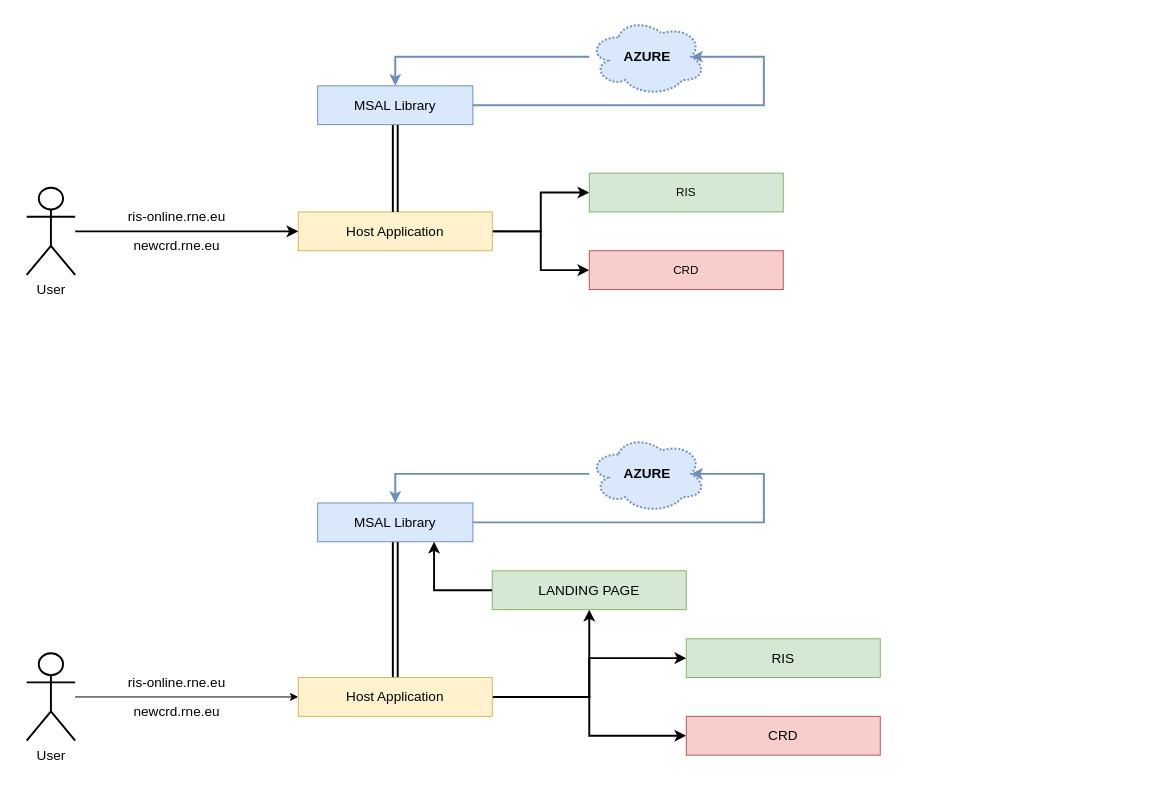
This is azure-flow.drawio from mathudak/diagrams, a draw.io file, before an edit. Source tidied: cells renumbered, new cells numbered last; positions are measured from the earlier drawing's top-left corner, leaving out a move shared by most shapes. Both pictures are drawn from the tidied source at 97%, with x=0, y=0 at pixel (26, 17).
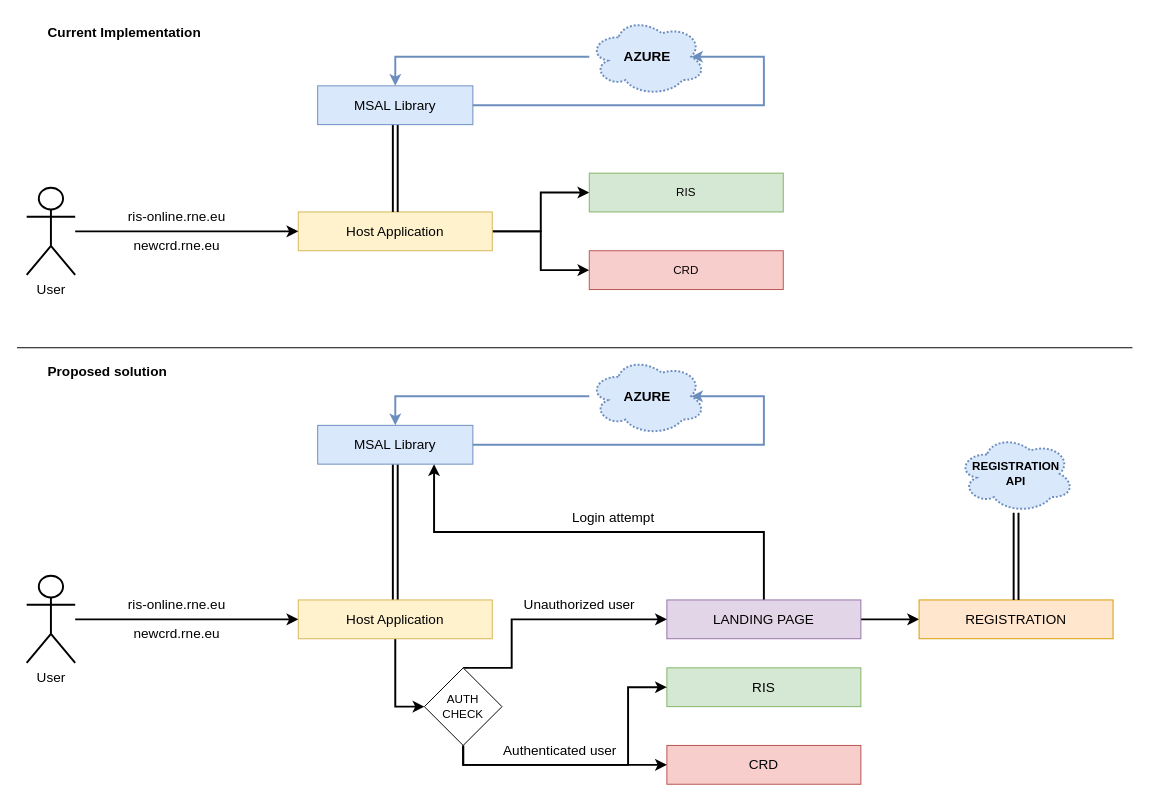
The same page after the edit.

Change to the diagram source:
```diff
@@
-    <mxCell id="17" style="edgeStyle=orthogonalEdgeStyle;rounded=0;jettySize=auto;html=1;entryX=0.5;entryY=1;entryDx=0;entryDy=0;strokeWidth=2;" parent="1" edge="1" source="20" target="32">
-      <mxGeometry relative="1" as="geometry">
-        <Array as="points">
-          <mxPoint x="580" y="700" />
-        </Array>
-      </mxGeometry>
-    </mxCell>
-    <mxCell id="18" style="edgeStyle=orthogonalEdgeStyle;rounded=0;jettySize=auto;html=1;entryX=0;entryY=0.5;entryDx=0;entryDy=0;strokeWidth=2;" parent="1" edge="1" source="20" target="26">
-      <mxGeometry relative="1" as="geometry" />
-    </mxCell>
-    <mxCell id="19" style="edgeStyle=orthogonalEdgeStyle;rounded=0;jettySize=auto;html=1;entryX=0;entryY=0.5;entryDx=0;entryDy=0;strokeWidth=2;" parent="1" edge="1" source="20" target="27">
-      <mxGeometry relative="1" as="geometry" />
-    </mxCell>
+    <mxCell id="33" style="edgeStyle=orthogonalEdgeStyle;rounded=0;jettySize=auto;html=1;entryX=0;entryY=0.5;entryDx=0;entryDy=0;strokeWidth=2;" parent="1" edge="1" source="20" target="38">
+      <mxGeometry relative="1" as="geometry" />
+    </mxCell>
     <mxCell id="20" value="&lt;font style=&quot;font-size: 14px;&quot;&gt;Host Application&lt;/font&gt;" style="rounded=0;whiteSpace=wrap;html=1;fillColor=#fff2cc;strokeColor=#d6b656;" parent="1" vertex="1">
-      <mxGeometry x="280" y="680" width="200" height="40" as="geometry" />
+      <mxGeometry x="280" y="600" width="200" height="40" as="geometry" />
     </mxCell>
     <mxCell id="21" value="&lt;font style=&quot;font-size: 14px;&quot;&gt;MSAL Library&lt;/font&gt;" style="rounded=0;whiteSpace=wrap;html=1;fillColor=#dae8fc;strokeColor=#6c8ebf;" parent="1" vertex="1">
-      <mxGeometry x="300" y="500" width="160" height="40" as="geometry" />
+      <mxGeometry x="300" y="420" width="160" height="40" as="geometry" />
     </mxCell>
@@
     <mxCell id="23" value="&lt;font style=&quot;font-size: 14px;&quot;&gt;&lt;b&gt;AZURE&lt;/b&gt;&lt;/font&gt;" style="ellipse;shape=cloud;whiteSpace=wrap;html=1;fillColor=#dae8fc;strokeColor=#6c8ebf;dashed=1;dashPattern=1 1;strokeWidth=2;" parent="1" vertex="1">
-      <mxGeometry x="580" y="430" width="120" height="80" as="geometry" />
+      <mxGeometry x="580" y="350" width="120" height="80" as="geometry" />
     </mxCell>
-    <mxCell id="24" style="edgeStyle=orthogonalEdgeStyle;rounded=0;jettySize=auto;html=1;entryX=0;entryY=0.5;entryDx=0;entryDy=0;" parent="1" edge="1" source="25" target="20">
+    <mxCell id="24" style="edgeStyle=orthogonalEdgeStyle;rounded=0;jettySize=auto;html=1;entryX=0;entryY=0.5;entryDx=0;entryDy=0;strokeWidth=2;" parent="1" edge="1" source="25" target="20">
       <mxGeometry relative="1" as="geometry" />
     </mxCell>
     <mxCell id="25" value="&lt;font style=&quot;font-size: 14px;&quot;&gt;User&lt;/font&gt;" style="shape=umlActor;verticalLabelPosition=bottom;verticalAlign=top;html=1;outlineConnect=0;strokeWidth=2;" parent="1" vertex="1">
-      <mxGeometry y="655" width="50" height="90" as="geometry" />
+      <mxGeometry y="575" width="50" height="90" as="geometry" />
     </mxCell>
     <mxCell id="26" value="&lt;font style=&quot;font-size: 14px;&quot;&gt;RIS&lt;/font&gt;" style="rounded=0;whiteSpace=wrap;html=1;fillColor=#d5e8d4;strokeColor=#82b366;" parent="1" vertex="1">
-      <mxGeometry x="680" y="640" width="200" height="40" as="geometry" />
+      <mxGeometry x="660" y="670" width="200" height="40" as="geometry" />
     </mxCell>
     <mxCell id="27" value="&lt;font style=&quot;font-size: 14px;&quot;&gt;CRD&lt;/font&gt;" style="rounded=0;whiteSpace=wrap;html=1;fillColor=#f8cecc;strokeColor=#b85450;" parent="1" vertex="1">
-      <mxGeometry x="680" y="720" width="200" height="40" as="geometry" />
+      <mxGeometry x="660" y="750" width="200" height="40" as="geometry" />
     </mxCell>
     <mxCell id="28" value="&lt;div&gt;ris-online.rne.eu&lt;/div&gt;" style="text;html=1;align=center;verticalAlign=middle;whiteSpace=wrap;rounded=0;fontSize=14;" parent="1" vertex="1">
-      <mxGeometry x="100" y="670" width="110" height="30" as="geometry" />
+      <mxGeometry x="100" y="590" width="110" height="30" as="geometry" />
     </mxCell>
     <mxCell id="29" value="newcrd.rne.eu" style="text;html=1;align=center;verticalAlign=middle;whiteSpace=wrap;rounded=0;fontSize=14;" parent="1" vertex="1">
-      <mxGeometry x="100" y="700" width="110" height="30" as="geometry" />
+      <mxGeometry x="100" y="620" width="110" height="30" as="geometry" />
     </mxCell>
     <mxCell id="30" style="edgeStyle=orthogonalEdgeStyle;rounded=0;jettySize=auto;html=1;entryX=0.875;entryY=0.5;entryDx=0;entryDy=0;entryPerimeter=0;fillColor=#dae8fc;strokeColor=#6c8ebf;strokeWidth=2;exitX=1;exitY=0.5;exitDx=0;exitDy=0;" parent="1" edge="1" source="21" target="23">
       <mxGeometry relative="1" as="geometry">
         <Array as="points">
-          <mxPoint x="760" y="520" />
-          <mxPoint x="760" y="470" />
+          <mxPoint x="760" y="440" />
+          <mxPoint x="760" y="390" />
         </Array>
       </mxGeometry>
     </mxCell>
+    <mxCell id="34" style="edgeStyle=orthogonalEdgeStyle;rounded=0;jettySize=auto;html=1;exitX=1;exitY=0.5;exitDx=0;exitDy=0;entryX=0;entryY=0.5;entryDx=0;entryDy=0;strokeWidth=2;" parent="1" edge="1" source="32" target="39">
+      <mxGeometry relative="1" as="geometry" />
+    </mxCell>
-    <mxCell id="31" style="edgeStyle=orthogonalEdgeStyle;rounded=0;jettySize=auto;html=1;exitX=0;exitY=0.5;exitDx=0;exitDy=0;entryX=0.75;entryY=1;entryDx=0;entryDy=0;strokeWidth=2;" parent="1" edge="1" source="32" target="21">
+    <mxCell id="31" style="edgeStyle=orthogonalEdgeStyle;rounded=0;jettySize=auto;html=1;exitX=0.5;exitY=0;exitDx=0;exitDy=0;entryX=0.75;entryY=1;entryDx=0;entryDy=0;strokeWidth=2;" parent="1" edge="1" source="32" target="21">
       <mxGeometry relative="1" as="geometry" />
     </mxCell>
-    <mxCell id="32" value="&lt;font style=&quot;font-size: 14px;&quot;&gt;LANDING PAGE&lt;/font&gt;" style="rounded=0;whiteSpace=wrap;html=1;fillColor=#d5e8d4;strokeColor=#82b366;" parent="1" vertex="1">
-      <mxGeometry x="480" y="570" width="200" height="40" as="geometry" />
+    <mxCell id="32" value="&lt;font style=&quot;font-size: 14px;&quot;&gt;LANDING PAGE&lt;/font&gt;" style="rounded=0;whiteSpace=wrap;html=1;fillColor=#e1d5e7;strokeColor=#9673a6;" parent="1" vertex="1">
+      <mxGeometry x="660" y="600" width="200" height="40" as="geometry" />
     </mxCell>
+    <mxCell id="35" style="edgeStyle=orthogonalEdgeStyle;rounded=0;jettySize=auto;html=1;exitX=0.5;exitY=0;exitDx=0;exitDy=0;entryX=0;entryY=0.5;entryDx=0;entryDy=0;strokeWidth=2;" parent="1" edge="1" source="38" target="32">
+      <mxGeometry relative="1" as="geometry">
+        <Array as="points">
+          <mxPoint x="500" y="670" />
+          <mxPoint x="500" y="620" />
+        </Array>
+      </mxGeometry>
+    </mxCell>
+    <mxCell id="36" style="edgeStyle=orthogonalEdgeStyle;rounded=0;jettySize=auto;html=1;exitX=0.5;exitY=1;exitDx=0;exitDy=0;entryX=0;entryY=0.5;entryDx=0;entryDy=0;strokeWidth=2;" parent="1" edge="1" source="38" target="26">
+      <mxGeometry relative="1" as="geometry">
+        <Array as="points">
+          <mxPoint x="450" y="770" />
+          <mxPoint x="620" y="770" />
+          <mxPoint x="620" y="690" />
+        </Array>
+      </mxGeometry>
+    </mxCell>
+    <mxCell id="37" style="edgeStyle=orthogonalEdgeStyle;rounded=0;jettySize=auto;html=1;exitX=0.5;exitY=1;exitDx=0;exitDy=0;entryX=0;entryY=0.5;entryDx=0;entryDy=0;strokeWidth=2;" parent="1" edge="1" source="38" target="27">
+      <mxGeometry relative="1" as="geometry" />
+    </mxCell>
+    <mxCell id="38" value="&lt;div&gt;AUTH&lt;/div&gt;&lt;div&gt;CHECK&lt;br&gt;&lt;/div&gt;" style="rhombus;whiteSpace=wrap;html=1;" parent="1" vertex="1">
+      <mxGeometry x="410" y="670" width="80" height="80" as="geometry" />
+    </mxCell>
+    <mxCell id="39" value="&lt;font style=&quot;font-size: 14px;&quot;&gt;REGISTRATION&lt;/font&gt;" style="rounded=0;whiteSpace=wrap;html=1;fillColor=#ffe6cc;strokeColor=#d79b00;" parent="1" vertex="1">
+      <mxGeometry x="920" y="600" width="200" height="40" as="geometry" />
+    </mxCell>
+    <mxCell id="40" value="&lt;div&gt;&lt;b&gt;REGISTRATION&lt;/b&gt;&lt;/div&gt;&lt;div&gt;&lt;b&gt;API&lt;/b&gt;&lt;/div&gt;" style="ellipse;shape=cloud;whiteSpace=wrap;html=1;fillColor=#dae8fc;strokeColor=#6c8ebf;dashed=1;dashPattern=1 1;strokeWidth=2;" parent="1" vertex="1">
+      <mxGeometry x="960" y="430" width="120" height="80" as="geometry" />
+    </mxCell>
+    <mxCell id="41" style="edgeStyle=orthogonalEdgeStyle;rounded=0;jettySize=auto;html=1;exitX=0.5;exitY=0;exitDx=0;exitDy=0;entryX=0.5;entryY=1;entryDx=0;entryDy=0;entryPerimeter=0;shape=link;strokeWidth=2;" parent="1" edge="1" source="39" target="40">
+      <mxGeometry relative="1" as="geometry" />
+    </mxCell>
+    <mxCell id="42" value="Login attempt" style="text;html=1;align=center;verticalAlign=middle;whiteSpace=wrap;rounded=0;fontSize=14;" parent="1" vertex="1">
+      <mxGeometry x="550" y="500" width="110" height="30" as="geometry" />
+    </mxCell>
+    <mxCell id="43" value="Unauthorized user" style="text;html=1;align=center;verticalAlign=middle;whiteSpace=wrap;rounded=0;fontSize=14;" parent="1" vertex="1">
+      <mxGeometry x="500" y="590" width="140" height="30" as="geometry" />
+    </mxCell>
+    <mxCell id="44" value="Authenticated user" style="text;html=1;align=center;verticalAlign=middle;whiteSpace=wrap;rounded=0;fontSize=14;" parent="1" vertex="1">
+      <mxGeometry x="480" y="740" width="140" height="30" as="geometry" />
+    </mxCell>
+    <mxCell id="45" style="endArrow=none;html=1;rounded=0;" parent="1" edge="1">
+      <mxGeometry relative="1" as="geometry">
+        <mxPoint x="-10" y="340" as="sourcePoint" />
+        <mxPoint x="1140" y="340" as="targetPoint" />
+      </mxGeometry>
+    </mxCell>
+    <mxCell id="46" value="&lt;div&gt;Current Implementation&lt;br&gt;&lt;/div&gt;" style="text;html=1;align=left;verticalAlign=middle;whiteSpace=wrap;rounded=0;fontSize=14;fontStyle=1;" parent="1" vertex="1">
+      <mxGeometry x="20" width="240" height="30" as="geometry" />
+    </mxCell>
+    <mxCell id="47" value="Proposed solution" style="text;html=1;align=left;verticalAlign=middle;whiteSpace=wrap;rounded=0;fontSize=14;fontStyle=1;" parent="1" vertex="1">
+      <mxGeometry x="20" y="350" width="240" height="30" as="geometry" />
+    </mxCell>
```
